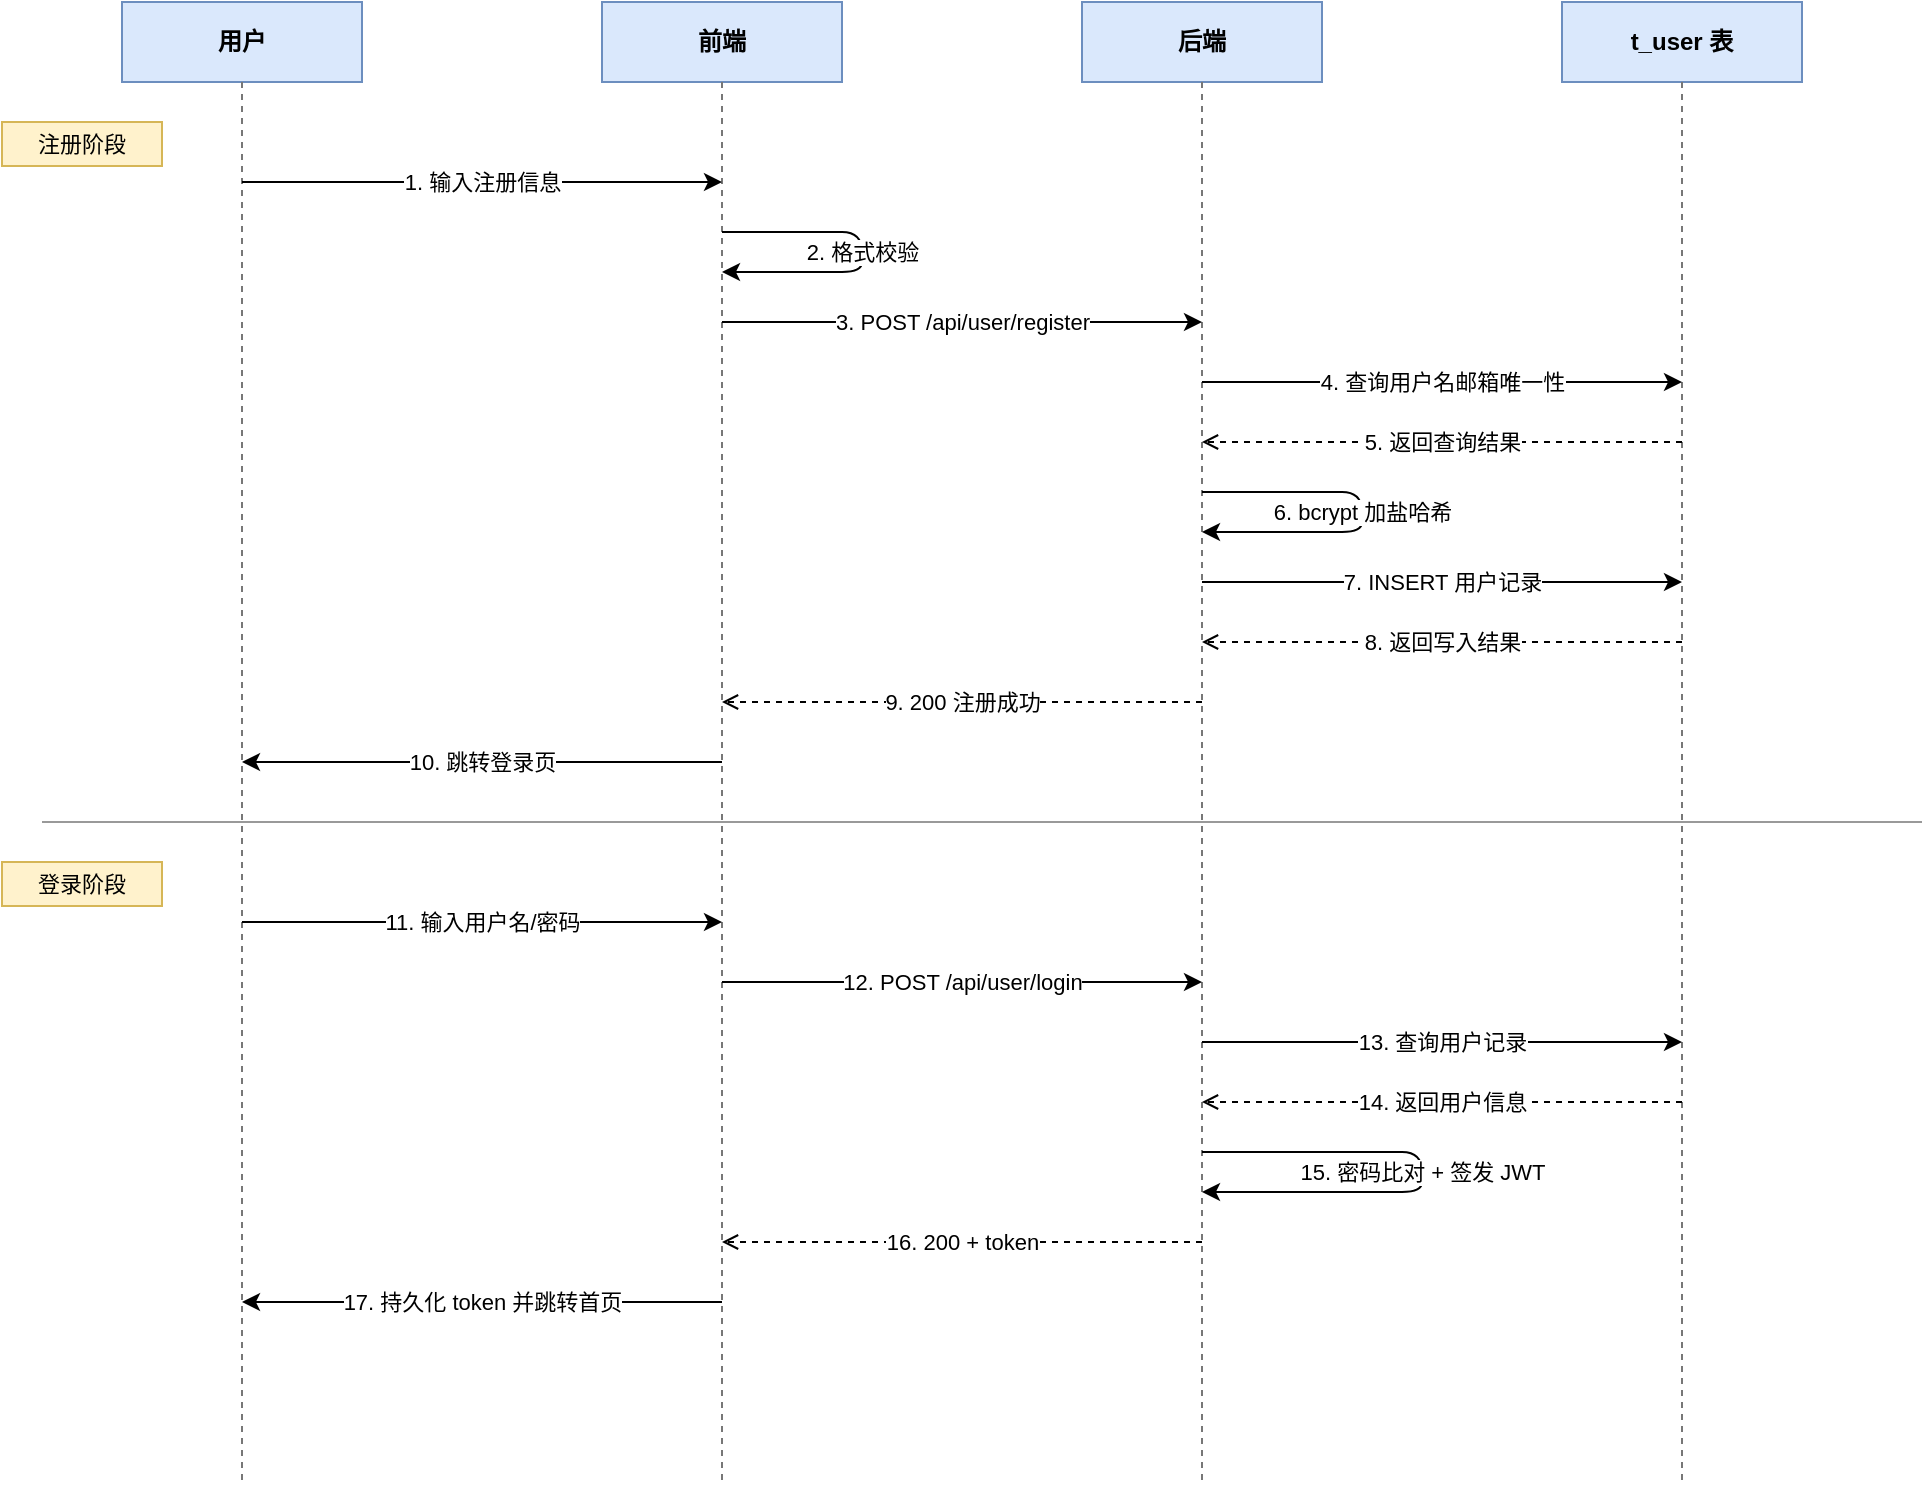
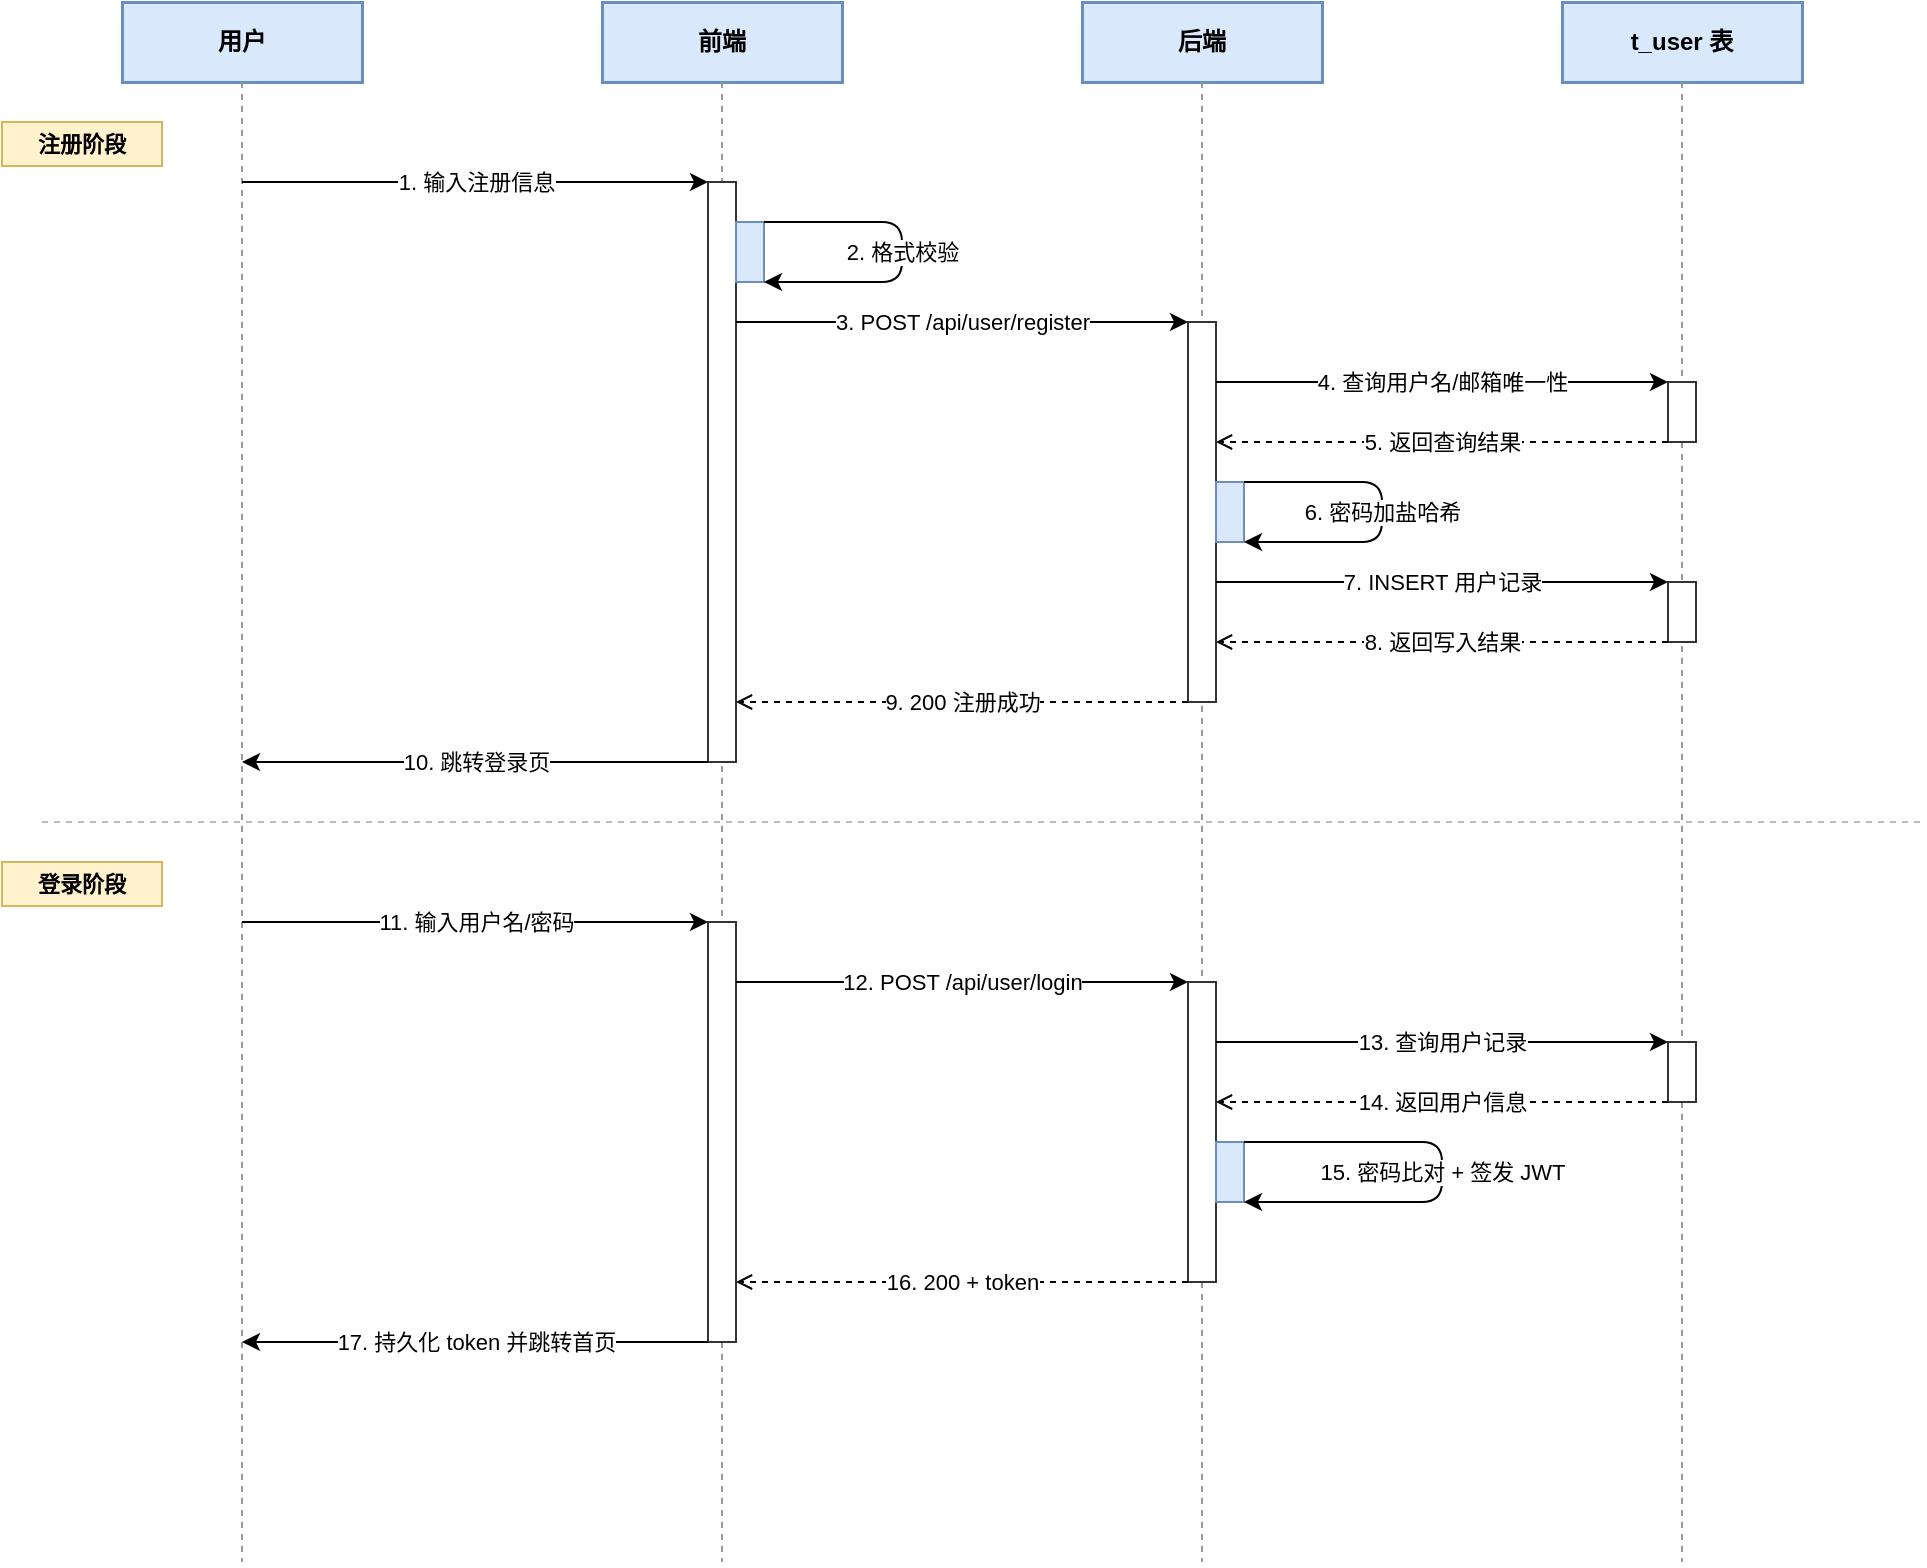
<mxfile host="app.diagrams.net" type="device">
  <diagram name="用户注册登录时序图" id="seqLogin">
-     <mxGraphModel dx="1100" dy="800" grid="1" gridSize="10" guides="1" tooltips="1" connect="1" arrows="1" fold="1" page="1" pageScale="1" pageWidth="1100" pageHeight="800" math="0" shadow="0">
+     <mxGraphModel dx="1240" dy="860" grid="1" gridSize="10" guides="1" tooltips="1" connect="1" arrows="1" fold="1" page="1" pageScale="1" pageWidth="1240" pageHeight="860" math="0" shadow="0">
      <root>
        <mxCell id="0"/>
        <mxCell id="1" parent="0"/>
-         <mxCell id="P1" value="用户" style="rounded=0;whiteSpace=wrap;html=1;fontSize=12;fontStyle=1;fillColor=#dae8fc;strokeColor=#6c8ebf;" vertex="1" parent="1"><mxGeometry x="80" y="20" width="120" height="40" as="geometry"/></mxCell>
-         <mxCell id="P2" value="前端" style="rounded=0;whiteSpace=wrap;html=1;fontSize=12;fontStyle=1;fillColor=#dae8fc;strokeColor=#6c8ebf;" vertex="1" parent="1"><mxGeometry x="320" y="20" width="120" height="40" as="geometry"/></mxCell>
-         <mxCell id="P3" value="后端" style="rounded=0;whiteSpace=wrap;html=1;fontSize=12;fontStyle=1;fillColor=#dae8fc;strokeColor=#6c8ebf;" vertex="1" parent="1"><mxGeometry x="560" y="20" width="120" height="40" as="geometry"/></mxCell>
-         <mxCell id="P4" value="t_user 表" style="rounded=0;whiteSpace=wrap;html=1;fontSize=12;fontStyle=1;fillColor=#dae8fc;strokeColor=#6c8ebf;" vertex="1" parent="1"><mxGeometry x="800" y="20" width="120" height="40" as="geometry"/></mxCell>
-         <mxCell id="L1" style="endArrow=none;dashed=1;html=1;strokeColor=#777777;" edge="1" parent="1"><mxGeometry relative="1" as="geometry"><mxPoint x="140" y="60" as="sourcePoint"/><mxPoint x="140" y="760" as="targetPoint"/></mxGeometry></mxCell>
-         <mxCell id="L2" style="endArrow=none;dashed=1;html=1;strokeColor=#777777;" edge="1" parent="1"><mxGeometry relative="1" as="geometry"><mxPoint x="380" y="60" as="sourcePoint"/><mxPoint x="380" y="760" as="targetPoint"/></mxGeometry></mxCell>
-         <mxCell id="L3" style="endArrow=none;dashed=1;html=1;strokeColor=#777777;" edge="1" parent="1"><mxGeometry relative="1" as="geometry"><mxPoint x="620" y="60" as="sourcePoint"/><mxPoint x="620" y="760" as="targetPoint"/></mxGeometry></mxCell>
-         <mxCell id="L4" style="endArrow=none;dashed=1;html=1;strokeColor=#777777;" edge="1" parent="1"><mxGeometry relative="1" as="geometry"><mxPoint x="860" y="60" as="sourcePoint"/><mxPoint x="860" y="760" as="targetPoint"/></mxGeometry></mxCell>
-         <mxCell id="N1" value="注册阶段" style="rounded=0;whiteSpace=wrap;html=1;fontSize=11;fillColor=#fff2cc;strokeColor=#d6b656;" vertex="1" parent="1"><mxGeometry x="20" y="80" width="80" height="22" as="geometry"/></mxCell>
-         <mxCell id="M1" value="1. 输入注册信息" style="endArrow=classic;html=1;fontSize=11;" edge="1" parent="1"><mxGeometry relative="1" as="geometry"><mxPoint x="140" y="110" as="sourcePoint"/><mxPoint x="380" y="110" as="targetPoint"/></mxGeometry></mxCell>
-         <mxCell id="M2" value="2. 格式校验" style="endArrow=classic;html=1;fontSize=11;" edge="1" parent="1"><mxGeometry relative="1" as="geometry"><mxPoint x="380" y="135" as="sourcePoint"/><mxPoint x="380" y="155" as="targetPoint"/><Array as="points"><mxPoint x="450" y="135"/><mxPoint x="450" y="155"/></Array></mxGeometry></mxCell>
-         <mxCell id="M3" value="3. POST /api/user/register" style="endArrow=classic;html=1;fontSize=11;" edge="1" parent="1"><mxGeometry relative="1" as="geometry"><mxPoint x="380" y="180" as="sourcePoint"/><mxPoint x="620" y="180" as="targetPoint"/></mxGeometry></mxCell>
-         <mxCell id="M4" value="4. 查询用户名邮箱唯一性" style="endArrow=classic;html=1;fontSize=11;" edge="1" parent="1"><mxGeometry relative="1" as="geometry"><mxPoint x="620" y="210" as="sourcePoint"/><mxPoint x="860" y="210" as="targetPoint"/></mxGeometry></mxCell>
-         <mxCell id="M5" value="5. 返回查询结果" style="endArrow=open;html=1;dashed=1;fontSize=11;" edge="1" parent="1"><mxGeometry relative="1" as="geometry"><mxPoint x="860" y="240" as="sourcePoint"/><mxPoint x="620" y="240" as="targetPoint"/></mxGeometry></mxCell>
-         <mxCell id="M6" value="6. bcrypt 加盐哈希" style="endArrow=classic;html=1;fontSize=11;" edge="1" parent="1"><mxGeometry relative="1" as="geometry"><mxPoint x="620" y="265" as="sourcePoint"/><mxPoint x="620" y="285" as="targetPoint"/><Array as="points"><mxPoint x="700" y="265"/><mxPoint x="700" y="285"/></Array></mxGeometry></mxCell>
-         <mxCell id="M7" value="7. INSERT 用户记录" style="endArrow=classic;html=1;fontSize=11;" edge="1" parent="1"><mxGeometry relative="1" as="geometry"><mxPoint x="620" y="310" as="sourcePoint"/><mxPoint x="860" y="310" as="targetPoint"/></mxGeometry></mxCell>
-         <mxCell id="M8" value="8. 返回写入结果" style="endArrow=open;html=1;dashed=1;fontSize=11;" edge="1" parent="1"><mxGeometry relative="1" as="geometry"><mxPoint x="860" y="340" as="sourcePoint"/><mxPoint x="620" y="340" as="targetPoint"/></mxGeometry></mxCell>
-         <mxCell id="M9" value="9. 200 注册成功" style="endArrow=open;html=1;dashed=1;fontSize=11;" edge="1" parent="1"><mxGeometry relative="1" as="geometry"><mxPoint x="620" y="370" as="sourcePoint"/><mxPoint x="380" y="370" as="targetPoint"/></mxGeometry></mxCell>
-         <mxCell id="M10" value="10. 跳转登录页" style="endArrow=classic;html=1;fontSize=11;" edge="1" parent="1"><mxGeometry relative="1" as="geometry"><mxPoint x="380" y="400" as="sourcePoint"/><mxPoint x="140" y="400" as="targetPoint"/></mxGeometry></mxCell>
-         <mxCell id="DIV" style="endArrow=none;html=1;strokeColor=#999999;dashed=0;" edge="1" parent="1"><mxGeometry relative="1" as="geometry"><mxPoint x="40" y="430" as="sourcePoint"/><mxPoint x="980" y="430" as="targetPoint"/></mxGeometry></mxCell>
-         <mxCell id="N2" value="登录阶段" style="rounded=0;whiteSpace=wrap;html=1;fontSize=11;fillColor=#fff2cc;strokeColor=#d6b656;" vertex="1" parent="1"><mxGeometry x="20" y="450" width="80" height="22" as="geometry"/></mxCell>
-         <mxCell id="M11" value="11. 输入用户名/密码" style="endArrow=classic;html=1;fontSize=11;" edge="1" parent="1"><mxGeometry relative="1" as="geometry"><mxPoint x="140" y="480" as="sourcePoint"/><mxPoint x="380" y="480" as="targetPoint"/></mxGeometry></mxCell>
-         <mxCell id="M12" value="12. POST /api/user/login" style="endArrow=classic;html=1;fontSize=11;" edge="1" parent="1"><mxGeometry relative="1" as="geometry"><mxPoint x="380" y="510" as="sourcePoint"/><mxPoint x="620" y="510" as="targetPoint"/></mxGeometry></mxCell>
-         <mxCell id="M13" value="13. 查询用户记录" style="endArrow=classic;html=1;fontSize=11;" edge="1" parent="1"><mxGeometry relative="1" as="geometry"><mxPoint x="620" y="540" as="sourcePoint"/><mxPoint x="860" y="540" as="targetPoint"/></mxGeometry></mxCell>
-         <mxCell id="M14" value="14. 返回用户信息" style="endArrow=open;html=1;dashed=1;fontSize=11;" edge="1" parent="1"><mxGeometry relative="1" as="geometry"><mxPoint x="860" y="570" as="sourcePoint"/><mxPoint x="620" y="570" as="targetPoint"/></mxGeometry></mxCell>
-         <mxCell id="M15" value="15. 密码比对 + 签发 JWT" style="endArrow=classic;html=1;fontSize=11;" edge="1" parent="1"><mxGeometry relative="1" as="geometry"><mxPoint x="620" y="595" as="sourcePoint"/><mxPoint x="620" y="615" as="targetPoint"/><Array as="points"><mxPoint x="730" y="595"/><mxPoint x="730" y="615"/></Array></mxGeometry></mxCell>
-         <mxCell id="M16" value="16. 200 + token" style="endArrow=open;html=1;dashed=1;fontSize=11;" edge="1" parent="1"><mxGeometry relative="1" as="geometry"><mxPoint x="620" y="640" as="sourcePoint"/><mxPoint x="380" y="640" as="targetPoint"/></mxGeometry></mxCell>
-         <mxCell id="M17" value="17. 持久化 token 并跳转首页" style="endArrow=classic;html=1;fontSize=11;" edge="1" parent="1"><mxGeometry relative="1" as="geometry"><mxPoint x="380" y="670" as="sourcePoint"/><mxPoint x="140" y="670" as="targetPoint"/></mxGeometry></mxCell>
+         <mxCell id="P1" value="用户" style="rounded=0;whiteSpace=wrap;html=1;fontSize=12;fontStyle=1;fillColor=#dae8fc;strokeColor=#6c8ebf;strokeWidth=1.5;" vertex="1" parent="1"><mxGeometry x="80" y="20" width="120" height="40" as="geometry"/></mxCell>
+         <mxCell id="P2" value="前端" style="rounded=0;whiteSpace=wrap;html=1;fontSize=12;fontStyle=1;fillColor=#dae8fc;strokeColor=#6c8ebf;strokeWidth=1.5;" vertex="1" parent="1"><mxGeometry x="320" y="20" width="120" height="40" as="geometry"/></mxCell>
+         <mxCell id="P3" value="后端" style="rounded=0;whiteSpace=wrap;html=1;fontSize=12;fontStyle=1;fillColor=#dae8fc;strokeColor=#6c8ebf;strokeWidth=1.5;" vertex="1" parent="1"><mxGeometry x="560" y="20" width="120" height="40" as="geometry"/></mxCell>
+         <mxCell id="P4" value="t_user 表" style="rounded=0;whiteSpace=wrap;html=1;fontSize=12;fontStyle=1;fillColor=#dae8fc;strokeColor=#6c8ebf;strokeWidth=1.5;" vertex="1" parent="1"><mxGeometry x="800" y="20" width="120" height="40" as="geometry"/></mxCell>
+         <mxCell id="L1" style="endArrow=none;dashed=1;html=1;strokeColor=#999999;" edge="1" parent="1"><mxGeometry relative="1" as="geometry"><mxPoint x="140" y="60" as="sourcePoint"/><mxPoint x="140" y="800" as="targetPoint"/></mxGeometry></mxCell>
+         <mxCell id="L2" style="endArrow=none;dashed=1;html=1;strokeColor=#999999;" edge="1" parent="1"><mxGeometry relative="1" as="geometry"><mxPoint x="380" y="60" as="sourcePoint"/><mxPoint x="380" y="800" as="targetPoint"/></mxGeometry></mxCell>
+         <mxCell id="L3" style="endArrow=none;dashed=1;html=1;strokeColor=#999999;" edge="1" parent="1"><mxGeometry relative="1" as="geometry"><mxPoint x="620" y="60" as="sourcePoint"/><mxPoint x="620" y="800" as="targetPoint"/></mxGeometry></mxCell>
+         <mxCell id="L4" style="endArrow=none;dashed=1;html=1;strokeColor=#999999;" edge="1" parent="1"><mxGeometry relative="1" as="geometry"><mxPoint x="860" y="60" as="sourcePoint"/><mxPoint x="860" y="800" as="targetPoint"/></mxGeometry></mxCell>
+         <mxCell id="N1" value="注册阶段" style="rounded=0;whiteSpace=wrap;html=1;fontSize=11;fontStyle=1;fillColor=#fff2cc;strokeColor=#d6b656;" vertex="1" parent="1"><mxGeometry x="20" y="80" width="80" height="22" as="geometry"/></mxCell>
+         <mxCell id="AF1" value="" style="rounded=0;whiteSpace=wrap;html=1;fillColor=#ffffff;strokeColor=#333333;strokeWidth=1;" vertex="1" parent="1"><mxGeometry x="373" y="110" width="14" height="290" as="geometry"/></mxCell>
+         <mxCell id="AF1N" value="" style="rounded=0;whiteSpace=wrap;html=1;fillColor=#dae8fc;strokeColor=#6c8ebf;strokeWidth=1;" vertex="1" parent="1"><mxGeometry x="387" y="130" width="14" height="30" as="geometry"/></mxCell>
+         <mxCell id="AB1" value="" style="rounded=0;whiteSpace=wrap;html=1;fillColor=#ffffff;strokeColor=#333333;strokeWidth=1;" vertex="1" parent="1"><mxGeometry x="613" y="180" width="14" height="190" as="geometry"/></mxCell>
+         <mxCell id="AB1N" value="" style="rounded=0;whiteSpace=wrap;html=1;fillColor=#dae8fc;strokeColor=#6c8ebf;strokeWidth=1;" vertex="1" parent="1"><mxGeometry x="627" y="260" width="14" height="30" as="geometry"/></mxCell>
+         <mxCell id="AD1" value="" style="rounded=0;whiteSpace=wrap;html=1;fillColor=#ffffff;strokeColor=#333333;strokeWidth=1;" vertex="1" parent="1"><mxGeometry x="853" y="210" width="14" height="30" as="geometry"/></mxCell>
+         <mxCell id="AD2" value="" style="rounded=0;whiteSpace=wrap;html=1;fillColor=#ffffff;strokeColor=#333333;strokeWidth=1;" vertex="1" parent="1"><mxGeometry x="853" y="310" width="14" height="30" as="geometry"/></mxCell>
+         <mxCell id="M1" value="1. 输入注册信息" style="endArrow=classic;html=1;fontSize=11;" edge="1" parent="1"><mxGeometry relative="1" as="geometry"><mxPoint x="140" y="110" as="sourcePoint"/><mxPoint x="373" y="110" as="targetPoint"/></mxGeometry></mxCell>
+         <mxCell id="M2" value="2. 格式校验" style="endArrow=classic;html=1;fontSize=11;" edge="1" parent="1"><mxGeometry relative="1" as="geometry"><mxPoint x="401" y="130" as="sourcePoint"/><mxPoint x="401" y="160" as="targetPoint"/><Array as="points"><mxPoint x="470" y="130"/><mxPoint x="470" y="160"/></Array></mxGeometry></mxCell>
+         <mxCell id="M3" value="3. POST /api/user/register" style="endArrow=classic;html=1;fontSize=11;" edge="1" parent="1"><mxGeometry relative="1" as="geometry"><mxPoint x="387" y="180" as="sourcePoint"/><mxPoint x="613" y="180" as="targetPoint"/></mxGeometry></mxCell>
+         <mxCell id="M4" value="4. 查询用户名/邮箱唯一性" style="endArrow=classic;html=1;fontSize=11;" edge="1" parent="1"><mxGeometry relative="1" as="geometry"><mxPoint x="627" y="210" as="sourcePoint"/><mxPoint x="853" y="210" as="targetPoint"/></mxGeometry></mxCell>
+         <mxCell id="M5" value="5. 返回查询结果" style="endArrow=open;html=1;dashed=1;fontSize=11;" edge="1" parent="1"><mxGeometry relative="1" as="geometry"><mxPoint x="853" y="240" as="sourcePoint"/><mxPoint x="627" y="240" as="targetPoint"/></mxGeometry></mxCell>
+         <mxCell id="M6" value="6. 密码加盐哈希" style="endArrow=classic;html=1;fontSize=11;" edge="1" parent="1"><mxGeometry relative="1" as="geometry"><mxPoint x="641" y="260" as="sourcePoint"/><mxPoint x="641" y="290" as="targetPoint"/><Array as="points"><mxPoint x="710" y="260"/><mxPoint x="710" y="290"/></Array></mxGeometry></mxCell>
+         <mxCell id="M7" value="7. INSERT 用户记录" style="endArrow=classic;html=1;fontSize=11;" edge="1" parent="1"><mxGeometry relative="1" as="geometry"><mxPoint x="627" y="310" as="sourcePoint"/><mxPoint x="853" y="310" as="targetPoint"/></mxGeometry></mxCell>
+         <mxCell id="M8" value="8. 返回写入结果" style="endArrow=open;html=1;dashed=1;fontSize=11;" edge="1" parent="1"><mxGeometry relative="1" as="geometry"><mxPoint x="853" y="340" as="sourcePoint"/><mxPoint x="627" y="340" as="targetPoint"/></mxGeometry></mxCell>
+         <mxCell id="M9" value="9. 200 注册成功" style="endArrow=open;html=1;dashed=1;fontSize=11;" edge="1" parent="1"><mxGeometry relative="1" as="geometry"><mxPoint x="613" y="370" as="sourcePoint"/><mxPoint x="387" y="370" as="targetPoint"/></mxGeometry></mxCell>
+         <mxCell id="M10" value="10. 跳转登录页" style="endArrow=classic;html=1;fontSize=11;" edge="1" parent="1"><mxGeometry relative="1" as="geometry"><mxPoint x="373" y="400" as="sourcePoint"/><mxPoint x="140" y="400" as="targetPoint"/></mxGeometry></mxCell>
+         <mxCell id="DIV" style="endArrow=none;html=1;strokeColor=#bbbbbb;dashed=1;" edge="1" parent="1"><mxGeometry relative="1" as="geometry"><mxPoint x="40" y="430" as="sourcePoint"/><mxPoint x="980" y="430" as="targetPoint"/></mxGeometry></mxCell>
+         <mxCell id="N2" value="登录阶段" style="rounded=0;whiteSpace=wrap;html=1;fontSize=11;fontStyle=1;fillColor=#fff2cc;strokeColor=#d6b656;" vertex="1" parent="1"><mxGeometry x="20" y="450" width="80" height="22" as="geometry"/></mxCell>
+         <mxCell id="AF2" value="" style="rounded=0;whiteSpace=wrap;html=1;fillColor=#ffffff;strokeColor=#333333;strokeWidth=1;" vertex="1" parent="1"><mxGeometry x="373" y="480" width="14" height="210" as="geometry"/></mxCell>
+         <mxCell id="AB2" value="" style="rounded=0;whiteSpace=wrap;html=1;fillColor=#ffffff;strokeColor=#333333;strokeWidth=1;" vertex="1" parent="1"><mxGeometry x="613" y="510" width="14" height="150" as="geometry"/></mxCell>
+         <mxCell id="AB2N" value="" style="rounded=0;whiteSpace=wrap;html=1;fillColor=#dae8fc;strokeColor=#6c8ebf;strokeWidth=1;" vertex="1" parent="1"><mxGeometry x="627" y="590" width="14" height="30" as="geometry"/></mxCell>
+         <mxCell id="AD3" value="" style="rounded=0;whiteSpace=wrap;html=1;fillColor=#ffffff;strokeColor=#333333;strokeWidth=1;" vertex="1" parent="1"><mxGeometry x="853" y="540" width="14" height="30" as="geometry"/></mxCell>
+         <mxCell id="M11" value="11. 输入用户名/密码" style="endArrow=classic;html=1;fontSize=11;" edge="1" parent="1"><mxGeometry relative="1" as="geometry"><mxPoint x="140" y="480" as="sourcePoint"/><mxPoint x="373" y="480" as="targetPoint"/></mxGeometry></mxCell>
+         <mxCell id="M12" value="12. POST /api/user/login" style="endArrow=classic;html=1;fontSize=11;" edge="1" parent="1"><mxGeometry relative="1" as="geometry"><mxPoint x="387" y="510" as="sourcePoint"/><mxPoint x="613" y="510" as="targetPoint"/></mxGeometry></mxCell>
+         <mxCell id="M13" value="13. 查询用户记录" style="endArrow=classic;html=1;fontSize=11;" edge="1" parent="1"><mxGeometry relative="1" as="geometry"><mxPoint x="627" y="540" as="sourcePoint"/><mxPoint x="853" y="540" as="targetPoint"/></mxGeometry></mxCell>
+         <mxCell id="M14" value="14. 返回用户信息" style="endArrow=open;html=1;dashed=1;fontSize=11;" edge="1" parent="1"><mxGeometry relative="1" as="geometry"><mxPoint x="853" y="570" as="sourcePoint"/><mxPoint x="627" y="570" as="targetPoint"/></mxGeometry></mxCell>
+         <mxCell id="M15" value="15. 密码比对 + 签发 JWT" style="endArrow=classic;html=1;fontSize=11;" edge="1" parent="1"><mxGeometry relative="1" as="geometry"><mxPoint x="641" y="590" as="sourcePoint"/><mxPoint x="641" y="620" as="targetPoint"/><Array as="points"><mxPoint x="740" y="590"/><mxPoint x="740" y="620"/></Array></mxGeometry></mxCell>
+         <mxCell id="M16" value="16. 200 + token" style="endArrow=open;html=1;dashed=1;fontSize=11;" edge="1" parent="1"><mxGeometry relative="1" as="geometry"><mxPoint x="613" y="660" as="sourcePoint"/><mxPoint x="387" y="660" as="targetPoint"/></mxGeometry></mxCell>
+         <mxCell id="M17" value="17. 持久化 token 并跳转首页" style="endArrow=classic;html=1;fontSize=11;" edge="1" parent="1"><mxGeometry relative="1" as="geometry"><mxPoint x="373" y="690" as="sourcePoint"/><mxPoint x="140" y="690" as="targetPoint"/></mxGeometry></mxCell>
      </root>
    </mxGraphModel>
  </diagram>
</mxfile>
